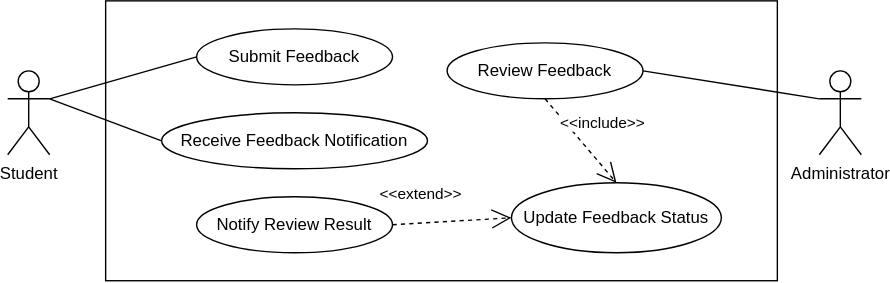
Earlier version of the draw.io export Assignment2/diagrams/FeedbackUseCase.svg (qianlinnian/se_sad_project). Source tidied: cells renumbered, new cells last; positions are measured from the earlier drawing's top-left corner, leaving out a move shared by most shapes. Its diagram source:
```xml
<mxGraphModel>
  <root>
    <mxCell id="0" />
    <mxCell id="1" parent="0" />
    <mxCell id="2" style="rounded=0;whiteSpace=wrap;html=1;fillColor=none;" parent="1" vertex="1">
      <mxGeometry x="70" width="480" height="200" as="geometry" />
    </mxCell>
    <mxCell id="3" value="Administrator" style="shape=umlActor;verticalLabelPosition=bottom;verticalAlign=top;html=1;outlineConnect=0;" parent="1" vertex="1">
      <mxGeometry x="580" y="50" width="30" height="60" as="geometry" />
    </mxCell>
    <mxCell id="4" value="Student" style="shape=umlActor;verticalLabelPosition=bottom;verticalAlign=top;html=1;outlineConnect=0;" parent="1" vertex="1">
      <mxGeometry y="50" width="30" height="60" as="geometry" />
    </mxCell>
    <mxCell id="5" value="Submit Feedback" style="ellipse;whiteSpace=wrap;html=1;" parent="1" vertex="1">
      <mxGeometry x="135" y="20" width="140" height="40" as="geometry" />
    </mxCell>
    <mxCell id="6" value="Notify Review Result" style="ellipse;whiteSpace=wrap;html=1;" parent="1" vertex="1">
      <mxGeometry x="135" y="140" width="140" height="40" as="geometry" />
    </mxCell>
    <mxCell id="7" value="&lt;p class=&quot;MsoNormal&quot;&gt;&lt;font face=&quot;Helvetica&quot;&gt;Review Feedback&lt;/font&gt;&lt;/p&gt;" style="ellipse;whiteSpace=wrap;html=1;" parent="1" vertex="1">
      <mxGeometry x="314" y="30" width="140" height="40" as="geometry" />
    </mxCell>
    <mxCell id="8" value="Receive Feedback Notification" style="ellipse;whiteSpace=wrap;html=1;" parent="1" vertex="1">
      <mxGeometry x="110" y="80" width="190" height="40" as="geometry" />
    </mxCell>
    <mxCell id="9" value="&lt;div&gt;Update Feedback Status&lt;/div&gt;" style="ellipse;whiteSpace=wrap;html=1;" parent="1" vertex="1">
      <mxGeometry x="360" y="130" width="150" height="50" as="geometry" />
    </mxCell>
    <mxCell id="10" value="&amp;lt;&amp;lt;extend&amp;gt;&amp;gt;" style="endArrow=open;endSize=12;dashed=1;html=1;rounded=0;entryX=0;entryY=0.5;entryDx=0;entryDy=0;exitX=1;exitY=0.5;exitDx=0;exitDy=0;" parent="1" edge="1" source="6" target="9">
      <mxGeometry x="-0.5" y="21" relative="1" as="geometry" />
    </mxCell>
    <mxCell id="11" value="&amp;lt;&amp;lt;include&amp;gt;&amp;gt;" style="endArrow=open;endSize=12;dashed=1;html=1;rounded=0;exitX=0.5;exitY=1;exitDx=0;exitDy=0;entryX=0.5;entryY=0;entryDx=0;entryDy=0;" parent="1" edge="1" source="7" target="9">
      <mxGeometry x="0.02" y="20" relative="1" as="geometry">
        <mxPoint y="-1" as="offset" />
      </mxGeometry>
    </mxCell>
    <mxCell id="12" style="endArrow=none;html=1;rounded=0;entryX=1;entryY=0.5;entryDx=0;entryDy=0;exitX=0;exitY=0.3333333333333333;exitDx=0;exitDy=0;exitPerimeter=0;shape=wire;endFill=0;" parent="1" edge="1" source="3" target="7">
      <mxGeometry relative="1" as="geometry" />
    </mxCell>
    <mxCell id="13" style="endArrow=none;html=1;rounded=0;entryX=0;entryY=0.5;entryDx=0;entryDy=0;exitX=1;exitY=0.3333333333333333;exitDx=0;exitDy=0;exitPerimeter=0;endFill=0;" parent="1" edge="1" source="4" target="5">
      <mxGeometry relative="1" as="geometry" />
    </mxCell>
    <mxCell id="14" style="endArrow=none;html=1;rounded=0;entryX=0;entryY=0.5;entryDx=0;entryDy=0;exitX=1;exitY=0.3333333333333333;exitDx=0;exitDy=0;exitPerimeter=0;endFill=0;" parent="1" edge="1" source="4" target="8">
      <mxGeometry relative="1" as="geometry" />
    </mxCell>
  </root>
</mxGraphModel>
```
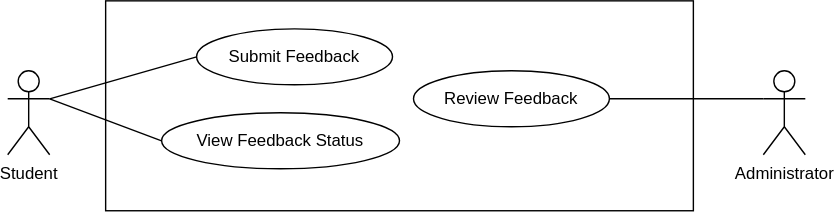
Later version of the same file.

Change to the diagram source:
```diff
@@ -3,10 +3,10 @@
     <mxCell id="0" />
     <mxCell id="1" parent="0" />
     <mxCell id="2" style="rounded=0;whiteSpace=wrap;html=1;fillColor=none;" parent="1" vertex="1">
-      <mxGeometry x="70" width="480" height="200" as="geometry" />
+      <mxGeometry x="70" width="420" height="150" as="geometry" />
     </mxCell>
     <mxCell id="3" value="Administrator" style="shape=umlActor;verticalLabelPosition=bottom;verticalAlign=top;html=1;outlineConnect=0;" parent="1" vertex="1">
-      <mxGeometry x="580" y="50" width="30" height="60" as="geometry" />
+      <mxGeometry x="540" y="50" width="30" height="60" as="geometry" />
     </mxCell>
     <mxCell id="4" value="Student" style="shape=umlActor;verticalLabelPosition=bottom;verticalAlign=top;html=1;outlineConnect=0;" parent="1" vertex="1">
       <mxGeometry y="50" width="30" height="60" as="geometry" />
@@ -14,26 +14,12 @@
     <mxCell id="5" value="Submit Feedback" style="ellipse;whiteSpace=wrap;html=1;" parent="1" vertex="1">
       <mxGeometry x="135" y="20" width="140" height="40" as="geometry" />
     </mxCell>
-    <mxCell id="6" value="Notify Review Result" style="ellipse;whiteSpace=wrap;html=1;" parent="1" vertex="1">
-      <mxGeometry x="135" y="140" width="140" height="40" as="geometry" />
-    </mxCell>
     <mxCell id="7" value="&lt;p class=&quot;MsoNormal&quot;&gt;&lt;font face=&quot;Helvetica&quot;&gt;Review Feedback&lt;/font&gt;&lt;/p&gt;" style="ellipse;whiteSpace=wrap;html=1;" parent="1" vertex="1">
-      <mxGeometry x="314" y="30" width="140" height="40" as="geometry" />
+      <mxGeometry x="290" y="50" width="140" height="40" as="geometry" />
     </mxCell>
-    <mxCell id="8" value="Receive Feedback Notification" style="ellipse;whiteSpace=wrap;html=1;" parent="1" vertex="1">
-      <mxGeometry x="110" y="80" width="190" height="40" as="geometry" />
+    <mxCell id="8" value="View Feedback Status" style="ellipse;whiteSpace=wrap;html=1;" parent="1" vertex="1">
+      <mxGeometry x="110" y="80" width="170" height="40" as="geometry" />
     </mxCell>
-    <mxCell id="9" value="&lt;div&gt;Update Feedback Status&lt;/div&gt;" style="ellipse;whiteSpace=wrap;html=1;" parent="1" vertex="1">
-      <mxGeometry x="360" y="130" width="150" height="50" as="geometry" />
-    </mxCell>
-    <mxCell id="10" value="&amp;lt;&amp;lt;extend&amp;gt;&amp;gt;" style="endArrow=open;endSize=12;dashed=1;html=1;rounded=0;entryX=0;entryY=0.5;entryDx=0;entryDy=0;exitX=1;exitY=0.5;exitDx=0;exitDy=0;" parent="1" edge="1" source="6" target="9">
-      <mxGeometry x="-0.5" y="21" relative="1" as="geometry" />
-    </mxCell>
-    <mxCell id="11" value="&amp;lt;&amp;lt;include&amp;gt;&amp;gt;" style="endArrow=open;endSize=12;dashed=1;html=1;rounded=0;exitX=0.5;exitY=1;exitDx=0;exitDy=0;entryX=0.5;entryY=0;entryDx=0;entryDy=0;" parent="1" edge="1" source="7" target="9">
-      <mxGeometry x="0.02" y="20" relative="1" as="geometry">
-        <mxPoint y="-1" as="offset" />
-      </mxGeometry>
-    </mxCell>
     <mxCell id="12" style="endArrow=none;html=1;rounded=0;entryX=1;entryY=0.5;entryDx=0;entryDy=0;exitX=0;exitY=0.3333333333333333;exitDx=0;exitDy=0;exitPerimeter=0;shape=wire;endFill=0;" parent="1" edge="1" source="3" target="7">
       <mxGeometry relative="1" as="geometry" />
     </mxCell>
```
